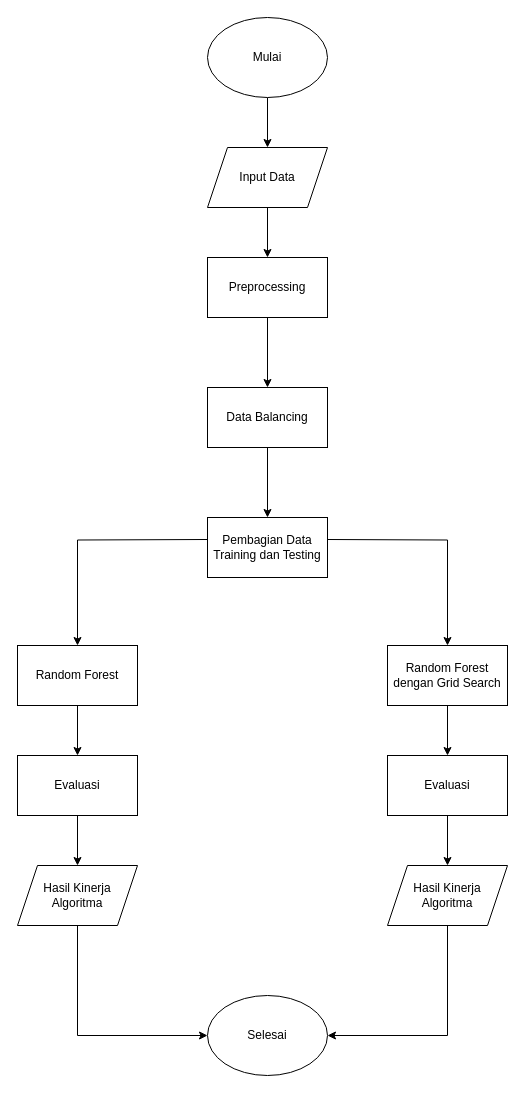
Before: page "Halaman-3" (3 of 6) of Diagram Tanpa Judul.drawio in NayaRPL/bebas, a draw.io diagram. Source tidied: cells renumbered, new cells numbered last; positions are measured from the earlier drawing's top-left corner, leaving out a move shared by most shapes. Both pictures are drawn from the tidied source at 100%, with x=0, y=0 at pixel (17, 17).
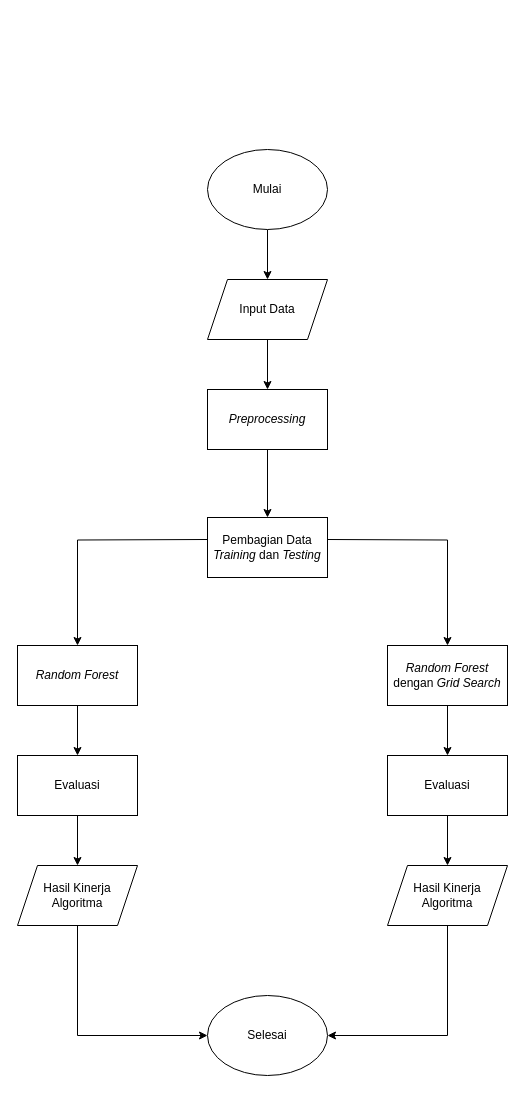
Above is the later version.

What changed in the source:
```diff
@@
-    <mxCell id="2" style="edgeStyle=orthogonalEdgeStyle;rounded=0;jettySize=auto;html=1;exitX=0.5;exitY=1;exitDx=0;exitDy=0;entryX=0.5;entryY=0;entryDx=0;entryDy=0;" parent="1" edge="1" source="3" target="25">
-      <mxGeometry relative="1" as="geometry" />
-    </mxCell>
+    <mxCell id="26" style="edgeStyle=orthogonalEdgeStyle;rounded=0;jettySize=auto;html=1;exitX=0.5;exitY=1;exitDx=0;exitDy=0;entryX=0.5;entryY=0;entryDx=0;entryDy=0;" parent="1" edge="1" source="3" target="10">
+      <mxGeometry relative="1" as="geometry" />
+    </mxCell>
-    <mxCell id="3" value="Preprocessing" style="rounded=0;whiteSpace=wrap;html=1;" parent="1" vertex="1">
-      <mxGeometry x="190" y="240" width="120" height="60" as="geometry" />
+    <mxCell id="3" value="&lt;i&gt;Preprocessing&lt;/i&gt;" style="rounded=0;whiteSpace=wrap;html=1;" parent="1" vertex="1">
+      <mxGeometry x="190" y="372" width="120" height="60" as="geometry" />
     </mxCell>
@@
     <mxCell id="5" value="Input Data" style="shape=parallelogram;perimeter=parallelogramPerimeter;whiteSpace=wrap;html=1;fixedSize=1;" parent="1" vertex="1">
-      <mxGeometry x="190" y="130" width="120" height="60" as="geometry" />
+      <mxGeometry x="190" y="262" width="120" height="60" as="geometry" />
     </mxCell>
@@
     <mxCell id="7" value="Mulai" style="ellipse;whiteSpace=wrap;html=1;" parent="1" vertex="1">
-      <mxGeometry x="190" width="120" height="80" as="geometry" />
+      <mxGeometry x="190" y="132" width="120" height="80" as="geometry" />
     </mxCell>
@@
-    <mxCell id="10" value="Pembagian Data&lt;div&gt;Training dan Testing&lt;/div&gt;" style="rounded=0;whiteSpace=wrap;html=1;" parent="1" vertex="1">
+    <mxCell id="10" value="Pembagian Data&lt;div&gt;&lt;i&gt;Training &lt;/i&gt;dan&lt;i&gt; Testing&lt;/i&gt;&lt;/div&gt;" style="rounded=0;whiteSpace=wrap;html=1;" parent="1" vertex="1">
       <mxGeometry x="190" y="500" width="120" height="60" as="geometry" />
     </mxCell>
@@
-    <mxCell id="12" value="Random Forest dengan Grid Search" style="rounded=0;whiteSpace=wrap;html=1;" parent="1" vertex="1">
+    <mxCell id="12" value="&lt;i&gt;Random Forest&lt;/i&gt; dengan &lt;i&gt;Grid Search&lt;/i&gt;" style="rounded=0;whiteSpace=wrap;html=1;" parent="1" vertex="1">
       <mxGeometry x="370" y="628" width="120" height="60" as="geometry" />
     </mxCell>
@@
-    <mxCell id="14" value="Random Forest" style="rounded=0;whiteSpace=wrap;html=1;" parent="1" vertex="1">
+    <mxCell id="14" value="&lt;i&gt;Random Forest&lt;/i&gt;" style="rounded=0;whiteSpace=wrap;html=1;" parent="1" vertex="1">
       <mxGeometry y="628" width="120" height="60" as="geometry" />
     </mxCell>
@@
-    <mxCell id="24" style="edgeStyle=orthogonalEdgeStyle;rounded=0;jettySize=auto;html=1;exitX=0.5;exitY=1;exitDx=0;exitDy=0;entryX=0.5;entryY=0;entryDx=0;entryDy=0;" parent="1" edge="1" source="25" target="10">
-      <mxGeometry relative="1" as="geometry" />
-    </mxCell>
-    <mxCell id="25" value="Data Balancing" style="rounded=0;whiteSpace=wrap;html=1;" parent="1" vertex="1">
-      <mxGeometry x="190" y="370" width="120" height="60" as="geometry" />
-    </mxCell>
```
